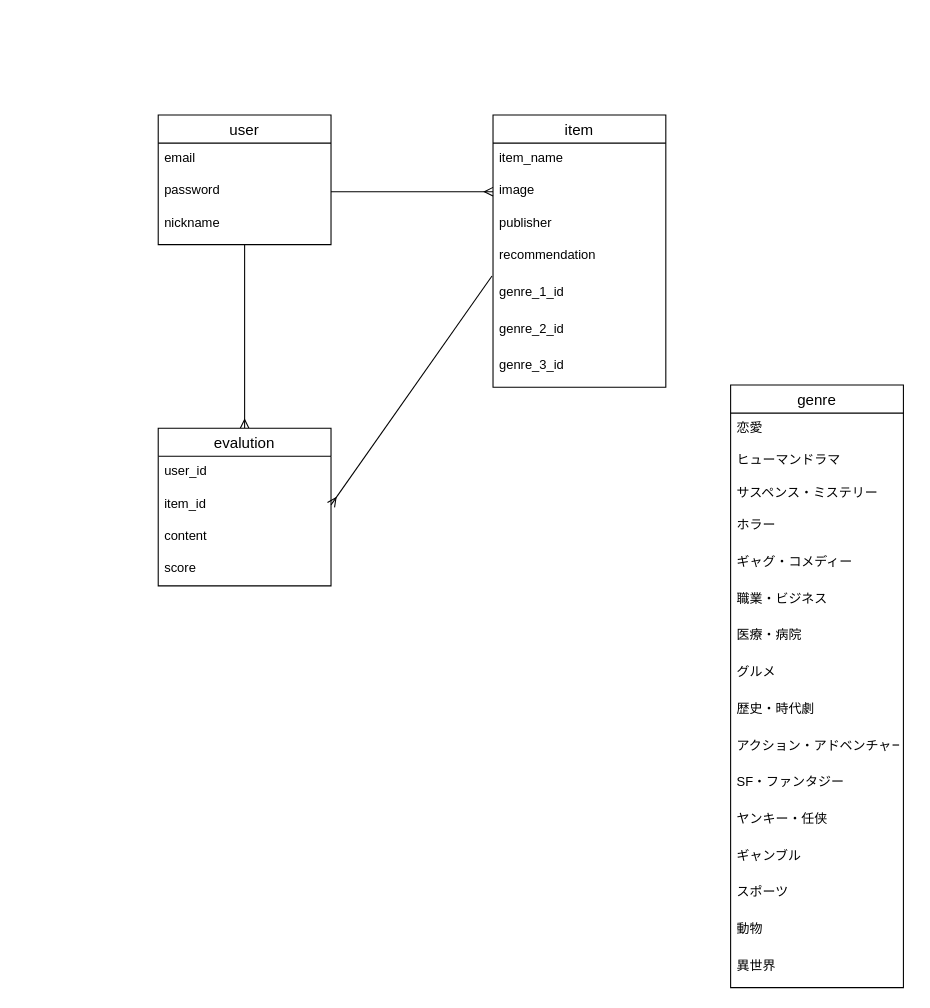
oshikubo1201/comic_app keeps this draw.io diagram as database.dio. Above is the earlier version. Source tidied: cells renumbered, new cells numbered last; positions are measured from the earlier drawing's top-left corner, leaving out a move shared by most shapes. Both pictures are drawn from the tidied source at 108%, with x=0, y=0 at pixel (158, 114).
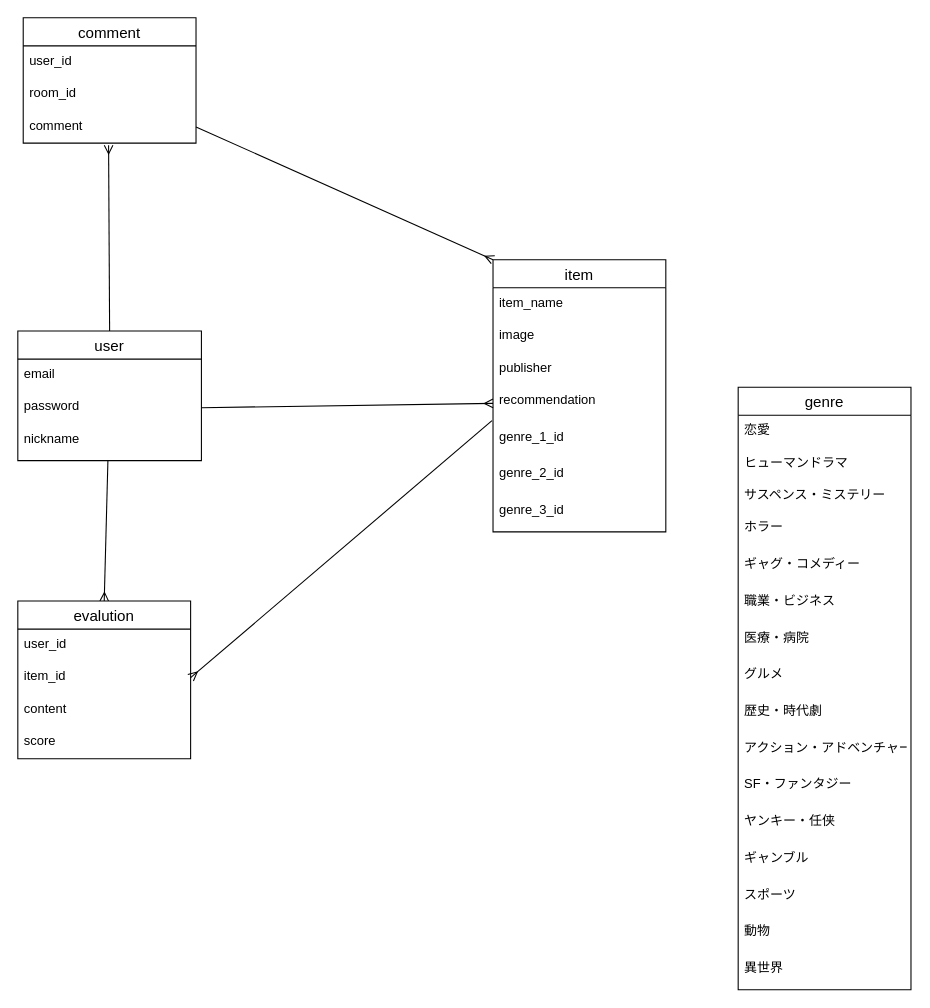
After the change.

The change refers to these unchanged cells:
```xml
<mxCell id="11" value="recommendation" style="text;strokeColor=none;fillColor=none;spacingLeft=4;spacingRight=4;overflow=hidden;points=[[0,0.5],[1,0.5]];portConstraint=eastwest;fontSize=12;" parent="7" vertex="1">
  <mxGeometry y="116" width="160" height="34" as="geometry" />
</mxCell>
```

Change to the diagram source:
```diff
@@
+    <mxCell id="40" style="edgeStyle=none;html=1;exitX=0.5;exitY=0;exitDx=0;exitDy=0;entryX=0.494;entryY=1.067;entryDx=0;entryDy=0;entryPerimeter=0;startArrow=none;startFill=0;endArrow=ERmany;endFill=0;" parent="1" edge="1" source="3" target="44">
+      <mxGeometry relative="1" as="geometry" />
+    </mxCell>
     <mxCell id="3" value="user" style="swimlane;fontStyle=0;horizontal=1;startSize=26;align=center;fontSize=14;" parent="1" vertex="1">
-      <mxGeometry width="160" height="120" as="geometry" />
+      <mxGeometry x="-130" y="200" width="170" height="120" as="geometry" />
     </mxCell>
     <mxCell id="4" value="email" style="text;strokeColor=none;fillColor=none;spacingLeft=4;spacingRight=4;overflow=hidden;fontSize=12;" parent="3" vertex="1">
-      <mxGeometry y="26" width="160" height="30" as="geometry" />
+      <mxGeometry y="26" width="170" height="30" as="geometry" />
     </mxCell>
     <mxCell id="5" value="password&#10;" style="text;strokeColor=none;fillColor=none;spacingLeft=4;spacingRight=4;overflow=hidden;points=[[0,0.5],[1,0.5]];portConstraint=eastwest;fontSize=12;" parent="3" vertex="1">
-      <mxGeometry y="56" width="160" height="30" as="geometry" />
+      <mxGeometry y="56" width="170" height="30" as="geometry" />
     </mxCell>
     <mxCell id="6" value="nickname" style="text;strokeColor=none;fillColor=none;spacingLeft=4;spacingRight=4;overflow=hidden;fontSize=12;" parent="3" vertex="1">
-      <mxGeometry y="86" width="160" height="34" as="geometry" />
+      <mxGeometry y="86" width="170" height="34" as="geometry" />
     </mxCell>
     <mxCell id="7" value="item" style="swimlane;fontStyle=0;horizontal=1;startSize=26;align=center;fontSize=14;" parent="1" vertex="1">
-      <mxGeometry x="310" width="160" height="252" as="geometry" />
+      <mxGeometry x="310" y="134" width="160" height="252" as="geometry" />
     </mxCell>
@@
-    <mxCell id="16" style="edgeStyle=none;html=1;exitX=1;exitY=0.5;exitDx=0;exitDy=0;endArrow=ERmany;endFill=0;startArrow=none;startFill=0;" parent="1" edge="1" source="5">
-      <mxGeometry relative="1" as="geometry">
-        <mxPoint x="310" y="71" as="targetPoint" />
-      </mxGeometry>
+    <mxCell id="16" style="edgeStyle=none;html=1;exitX=1;exitY=0.5;exitDx=0;exitDy=0;endArrow=ERmany;endFill=0;startArrow=none;startFill=0;entryX=0;entryY=0.5;entryDx=0;entryDy=0;" parent="1" edge="1" source="5" target="11">
+      <mxGeometry relative="1" as="geometry" />
     </mxCell>
     <mxCell id="17" value="evalution" style="swimlane;fontStyle=0;horizontal=1;startSize=26;align=center;fontSize=14;" parent="1" vertex="1">
-      <mxGeometry y="290" width="160" height="146" as="geometry" />
+      <mxGeometry x="-130" y="450" width="160" height="146" as="geometry" />
     </mxCell>
@@
     <mxCell id="22" value="genre" style="swimlane;fontStyle=0;horizontal=1;startSize=26;align=center;fontSize=14;" parent="1" vertex="1">
-      <mxGeometry x="530" y="250" width="160" height="558" as="geometry" />
+      <mxGeometry x="537" y="252" width="160" height="558" as="geometry" />
     </mxCell>
@@
+    <mxCell id="41" value="comment" style="swimlane;fontStyle=0;horizontal=1;startSize=26;align=center;fontSize=14;" parent="1" vertex="1">
+      <mxGeometry x="-125" y="-90" width="160" height="116" as="geometry" />
+    </mxCell>
+    <mxCell id="42" value="user_id" style="text;strokeColor=none;fillColor=none;spacingLeft=4;spacingRight=4;overflow=hidden;fontSize=12;" parent="41" vertex="1">
+      <mxGeometry y="26" width="160" height="30" as="geometry" />
+    </mxCell>
+    <mxCell id="43" value="room_id" style="text;strokeColor=none;fillColor=none;spacingLeft=4;spacingRight=4;overflow=hidden;fontSize=12;" parent="41" vertex="1">
+      <mxGeometry y="56" width="160" height="30" as="geometry" />
+    </mxCell>
+    <mxCell id="44" value="comment" style="text;strokeColor=none;fillColor=none;spacingLeft=4;spacingRight=4;overflow=hidden;points=[[0,0.5],[1,0.5]];portConstraint=eastwest;fontSize=12;" parent="41" vertex="1">
+      <mxGeometry y="86" width="160" height="30" as="geometry" />
+    </mxCell>
+    <mxCell id="45" style="edgeStyle=none;html=1;exitX=1;exitY=0.5;exitDx=0;exitDy=0;entryX=0;entryY=0;entryDx=0;entryDy=0;startArrow=none;startFill=0;endArrow=ERmany;endFill=0;" parent="1" edge="1" source="44" target="7">
+      <mxGeometry relative="1" as="geometry" />
+    </mxCell>
```
